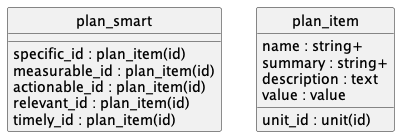
Before: doc/concepts/plan_smart/uml.png, a diagram exported from PlantUML (contactopensource/contactopensource).
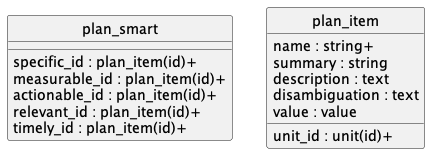
The same file after the commit.

The edit, as a diff of the source:
```diff
@@ -4,18 +4,19 @@
 hide circle
 
 entity plan_smart {
-  specific_id : plan_item(id)
-  measurable_id : plan_item(id)
-  actionable_id : plan_item(id)
-  relevant_id : plan_item(id)
-  timely_id : plan_item(id)
+  specific_id : plan_item(id)+
+  measurable_id : plan_item(id)+
+  actionable_id : plan_item(id)+
+  relevant_id : plan_item(id)+
+  timely_id : plan_item(id)+
 }
 
 entity plan_item {
   name : string+
-  summary : string+
+  summary : string
   description : text
-  unit_id : unit(id)
+  disambiguation : text
+  unit_id : unit(id)+
   value : value
 }
 
```
